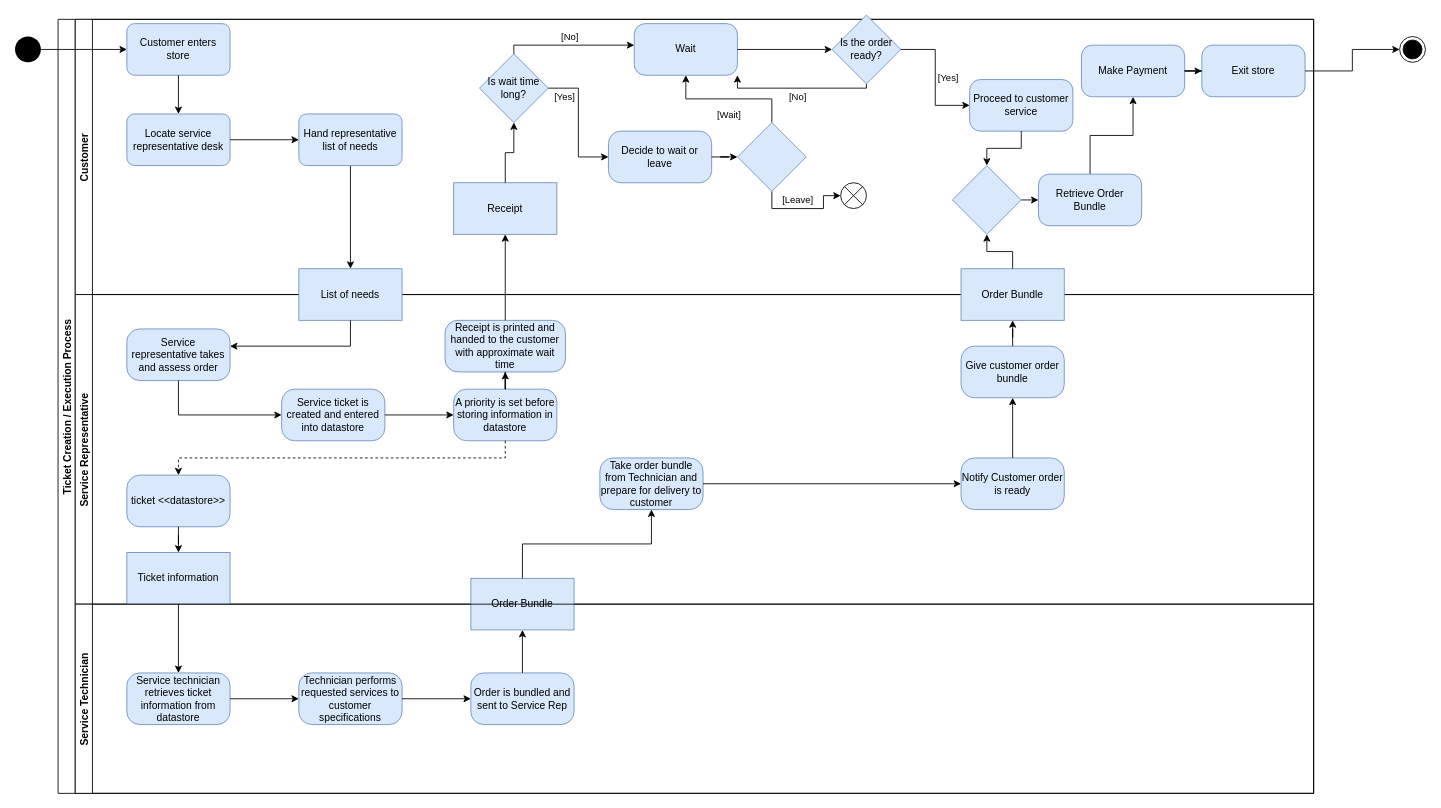
The draw.io diagram page "Ticket creation & execution" (1 of 3) of PE2-8CRUXML.drawio in parkeraustin72/CTIS345, before the edit. Source tidied: cells renumbered, new cells numbered last; positions are measured from the earlier drawing's top-left corner, leaving out a move shared by most shapes. Both pictures are drawn from the tidied source at 86%, with x=0, y=0 at pixel (15, 15).
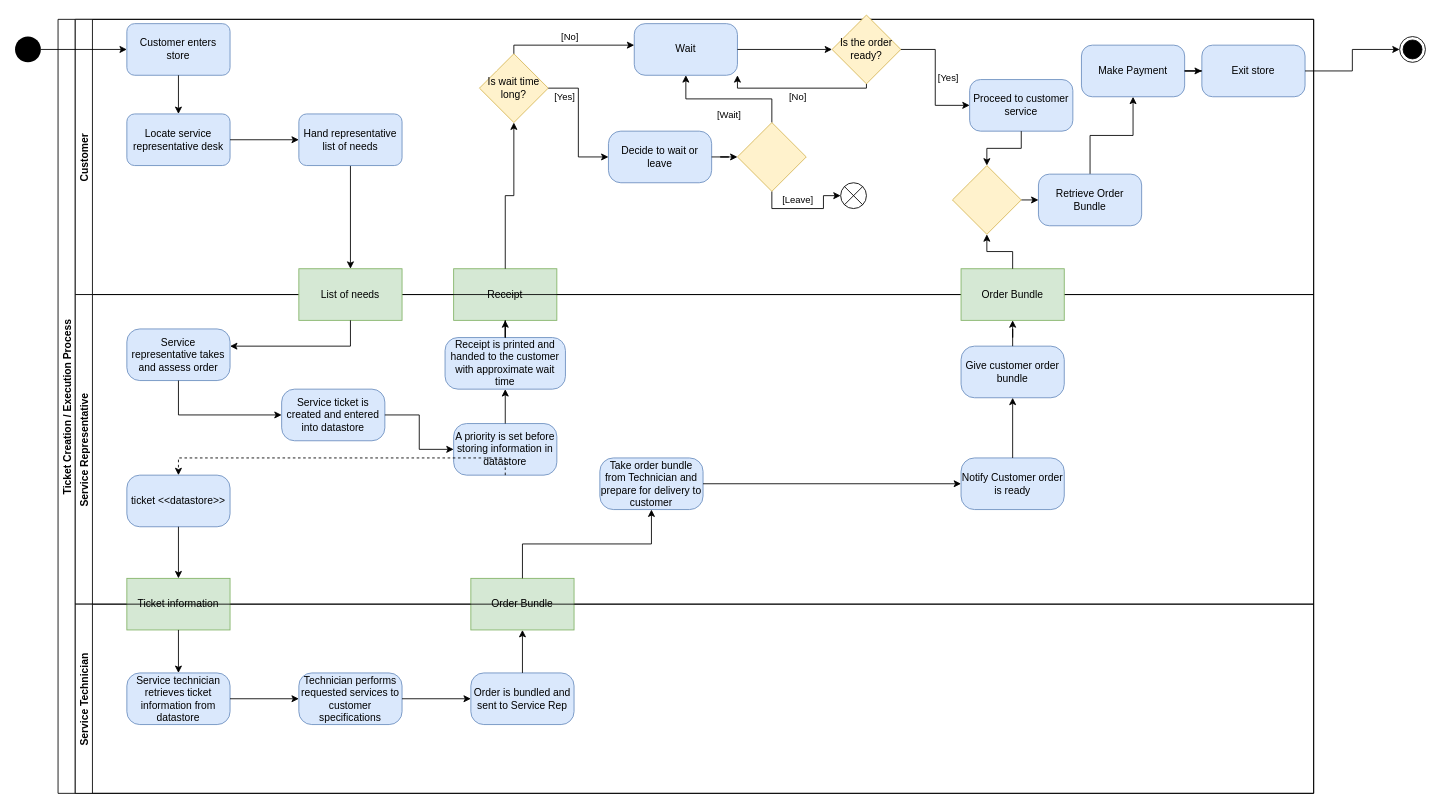
The same page after the edit.

The change refers to these unchanged cells:
```xml
<mxCell id="3" value="Customer" style="swimlane;startSize=20;horizontal=0;" parent="2" vertex="1">
  <mxGeometry x="20" width="1440" height="320" as="geometry" />
</mxCell>
<mxCell id="32" value="Service Representative" style="swimlane;startSize=20;horizontal=0;" parent="2" vertex="1">
  <mxGeometry x="20" y="320" width="1440" height="360" as="geometry" />
</mxCell>
```

What changed in the source:
```diff
@@
-    <mxCell id="7" value="Receipt" style="whiteSpace=wrap;html=1;fillColor=#dae8fc;strokeColor=#6c8ebf;rounded=1;arcSize=0;" parent="3" vertex="1">
-      <mxGeometry x="440" y="190" width="120" height="60" as="geometry" />
+    <mxCell id="7" value="Receipt" style="whiteSpace=wrap;html=1;fillColor=#d5e8d4;strokeColor=#82b366;rounded=1;arcSize=0;" parent="3" vertex="1">
+      <mxGeometry x="440" y="290" width="120" height="60" as="geometry" />
     </mxCell>
-    <mxCell id="8" value="Is wait time long?" style="rhombus;whiteSpace=wrap;html=1;fillColor=#dae8fc;strokeColor=#6c8ebf;rounded=1;arcSize=0;" parent="3" vertex="1">
+    <mxCell id="8" value="Is wait time long?" style="rhombus;whiteSpace=wrap;html=1;fillColor=#fff2cc;strokeColor=#d6b656;rounded=1;arcSize=0;" parent="3" vertex="1">
       <mxGeometry x="470" y="40" width="80" height="80" as="geometry" />
     </mxCell>
@@
-    <mxCell id="17" style="rhombus;whiteSpace=wrap;html=1;fillColor=#dae8fc;strokeColor=#6c8ebf;rounded=1;arcSize=0;" parent="3" vertex="1">
+    <mxCell id="17" style="rhombus;whiteSpace=wrap;html=1;fillColor=#fff2cc;strokeColor=#d6b656;rounded=1;arcSize=0;" parent="3" vertex="1">
       <mxGeometry x="770" y="120" width="80" height="80" as="geometry" />
     </mxCell>
@@
-    <mxCell id="20" value="Is the order ready?" style="rhombus;whiteSpace=wrap;html=1;fillColor=#dae8fc;strokeColor=#6c8ebf;rounded=1;arcSize=0;" parent="3" vertex="1">
+    <mxCell id="20" value="Is the order ready?" style="rhombus;whiteSpace=wrap;html=1;fillColor=#fff2cc;strokeColor=#d6b656;rounded=1;arcSize=0;" parent="3" vertex="1">
       <mxGeometry x="880" y="-5" width="80" height="80" as="geometry" />
     </mxCell>
@@
-    <mxCell id="28" style="rhombus;whiteSpace=wrap;html=1;fillColor=#dae8fc;strokeColor=#6c8ebf;rounded=1;arcSize=0;" parent="3" vertex="1">
+    <mxCell id="28" style="rhombus;whiteSpace=wrap;html=1;fillColor=#fff2cc;strokeColor=#d6b656;rounded=1;arcSize=0;" parent="3" vertex="1">
       <mxGeometry x="1020" y="170" width="80" height="80" as="geometry" />
     </mxCell>
@@
-    <mxCell id="33" value="List of needs" style="whiteSpace=wrap;html=1;fillColor=#dae8fc;strokeColor=#6c8ebf;rounded=1;arcSize=0;" parent="32" vertex="1">
+    <mxCell id="33" value="List of needs" style="whiteSpace=wrap;html=1;fillColor=#d5e8d4;strokeColor=#82b366;rounded=1;arcSize=0;" parent="32" vertex="1">
       <mxGeometry x="260" y="-30" width="120" height="60" as="geometry" />
     </mxCell>
@@
-    <mxCell id="39" value="Ticket information" style="whiteSpace=wrap;html=1;fillColor=#dae8fc;strokeColor=#6c8ebf;rounded=1;arcSize=0;" parent="32" vertex="1">
-      <mxGeometry x="60" y="300" width="120" height="60" as="geometry" />
+    <mxCell id="39" value="Ticket information" style="whiteSpace=wrap;html=1;fillColor=#d5e8d4;strokeColor=#82b366;rounded=1;arcSize=0;" parent="32" vertex="1">
+      <mxGeometry x="60" y="330" width="120" height="60" as="geometry" />
     </mxCell>
@@
     <mxCell id="41" value="Receipt is printed and handed to the customer with approximate wait time" style="whiteSpace=wrap;html=1;fillColor=#dae8fc;strokeColor=#6c8ebf;rounded=1;arcSize=25;" parent="32" vertex="1">
-      <mxGeometry x="430" y="30" width="140" height="60" as="geometry" />
+      <mxGeometry x="430" y="50" width="140" height="60" as="geometry" />
     </mxCell>
     <mxCell id="42" value="A priority is set before storing information in datastore" style="whiteSpace=wrap;html=1;fillColor=#dae8fc;strokeColor=#6c8ebf;rounded=1;arcSize=25;" parent="32" vertex="1">
-      <mxGeometry x="440" y="110" width="120" height="60" as="geometry" />
+      <mxGeometry x="440" y="150" width="120" height="60" as="geometry" />
     </mxCell>
@@
-    <mxCell id="46" value="Order Bundle" style="whiteSpace=wrap;html=1;fillColor=#dae8fc;strokeColor=#6c8ebf;rounded=1;arcSize=0;" parent="32" vertex="1">
+    <mxCell id="46" value="Order Bundle" style="whiteSpace=wrap;html=1;fillColor=#d5e8d4;strokeColor=#82b366;rounded=1;arcSize=0;" parent="32" vertex="1">
       <mxGeometry x="460" y="330" width="120" height="60" as="geometry" />
     </mxCell>
@@
-    <mxCell id="53" value="Order Bundle" style="whiteSpace=wrap;html=1;fillColor=#dae8fc;strokeColor=#6c8ebf;rounded=1;arcSize=0;" parent="32" vertex="1">
+    <mxCell id="53" value="Order Bundle" style="whiteSpace=wrap;html=1;fillColor=#d5e8d4;strokeColor=#82b366;rounded=1;arcSize=0;" parent="32" vertex="1">
       <mxGeometry x="1030" y="-30" width="120" height="60" as="geometry" />
     </mxCell>
```
